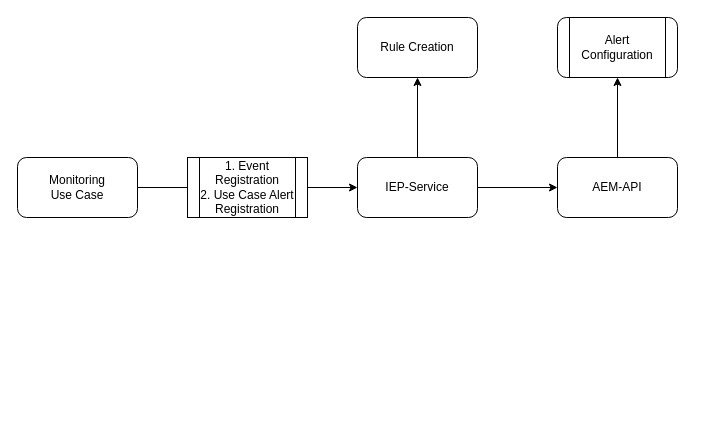
Before: page "Page-2" (2 of 2) of Untitled Diagram.drawio in avinash610jha/drawings, a draw.io diagram. Source tidied: cells renumbered, new cells numbered last; positions are measured from the earlier drawing's top-left corner, leaving out a move shared by most shapes. Both pictures are drawn from the tidied source at 100%, with x=0, y=0 at pixel (17, 17).
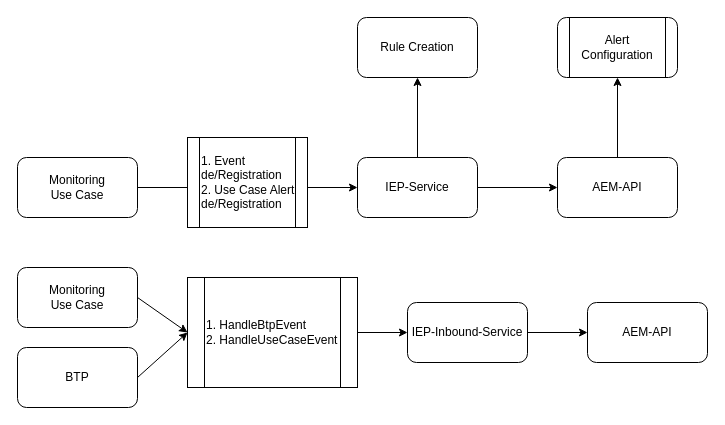
The same page after the edit.

What changed in the source:
```diff
@@
-    <mxCell id="11" value="1. Event Registration&lt;br&gt;2. Use Case Alert Registration" style="shape=process;whiteSpace=wrap;html=1;backgroundOutline=1;" parent="1" vertex="1">
-      <mxGeometry x="170" y="140" width="120" height="60" as="geometry" />
+    <mxCell id="11" value="1. Event de/Registration&lt;br&gt;2. Use Case Alert de/Registration" style="shape=process;whiteSpace=wrap;html=1;backgroundOutline=1;align=left;" parent="1" vertex="1">
+      <mxGeometry x="170" y="120" width="120" height="90" as="geometry" />
     </mxCell>
+    <mxCell id="12" style="edgeStyle=orthogonalEdgeStyle;rounded=0;jettySize=auto;html=1;" parent="1" edge="1" source="13" target="20">
+      <mxGeometry relative="1" as="geometry" />
+    </mxCell>
+    <mxCell id="13" value="IEP-Inbound-Service" style="rounded=1;whiteSpace=wrap;html=1;" parent="1" vertex="1">
+      <mxGeometry x="390" y="285" width="120" height="60" as="geometry" />
+    </mxCell>
+    <mxCell id="14" style="edgeStyle=orthogonalEdgeStyle;rounded=0;jettySize=auto;html=1;" parent="1" edge="1" source="15" target="13">
+      <mxGeometry relative="1" as="geometry" />
+    </mxCell>
+    <mxCell id="15" value="1. HandleBtpEvent&lt;br&gt;2. HandleUseCaseEvent" style="shape=process;whiteSpace=wrap;html=1;backgroundOutline=1;align=left;" parent="1" vertex="1">
+      <mxGeometry x="170" y="260" width="170" height="110" as="geometry" />
+    </mxCell>
+    <mxCell id="16" value="Monitoring &lt;br&gt;Use Case" style="rounded=1;whiteSpace=wrap;html=1;" parent="1" vertex="1">
+      <mxGeometry y="250" width="120" height="60" as="geometry" />
+    </mxCell>
+    <mxCell id="17" value="BTP" style="rounded=1;whiteSpace=wrap;html=1;" parent="1" vertex="1">
+      <mxGeometry y="330" width="120" height="60" as="geometry" />
+    </mxCell>
+    <mxCell id="18" style="endArrow=classic;html=1;entryX=0;entryY=0.5;entryDx=0;entryDy=0;exitX=1;exitY=0.5;exitDx=0;exitDy=0;" parent="1" edge="1" source="17" target="15">
+      <mxGeometry relative="1" as="geometry" />
+    </mxCell>
+    <mxCell id="19" style="endArrow=classic;html=1;entryX=0;entryY=0.5;entryDx=0;entryDy=0;" parent="1" edge="1" target="15">
+      <mxGeometry relative="1" as="geometry">
+        <mxPoint x="120" y="280" as="sourcePoint" />
+      </mxGeometry>
+    </mxCell>
+    <mxCell id="20" value="AEM-API" style="whiteSpace=wrap;html=1;rounded=1;" parent="1" vertex="1">
+      <mxGeometry x="570" y="285" width="120" height="60" as="geometry" />
+    </mxCell>
```
